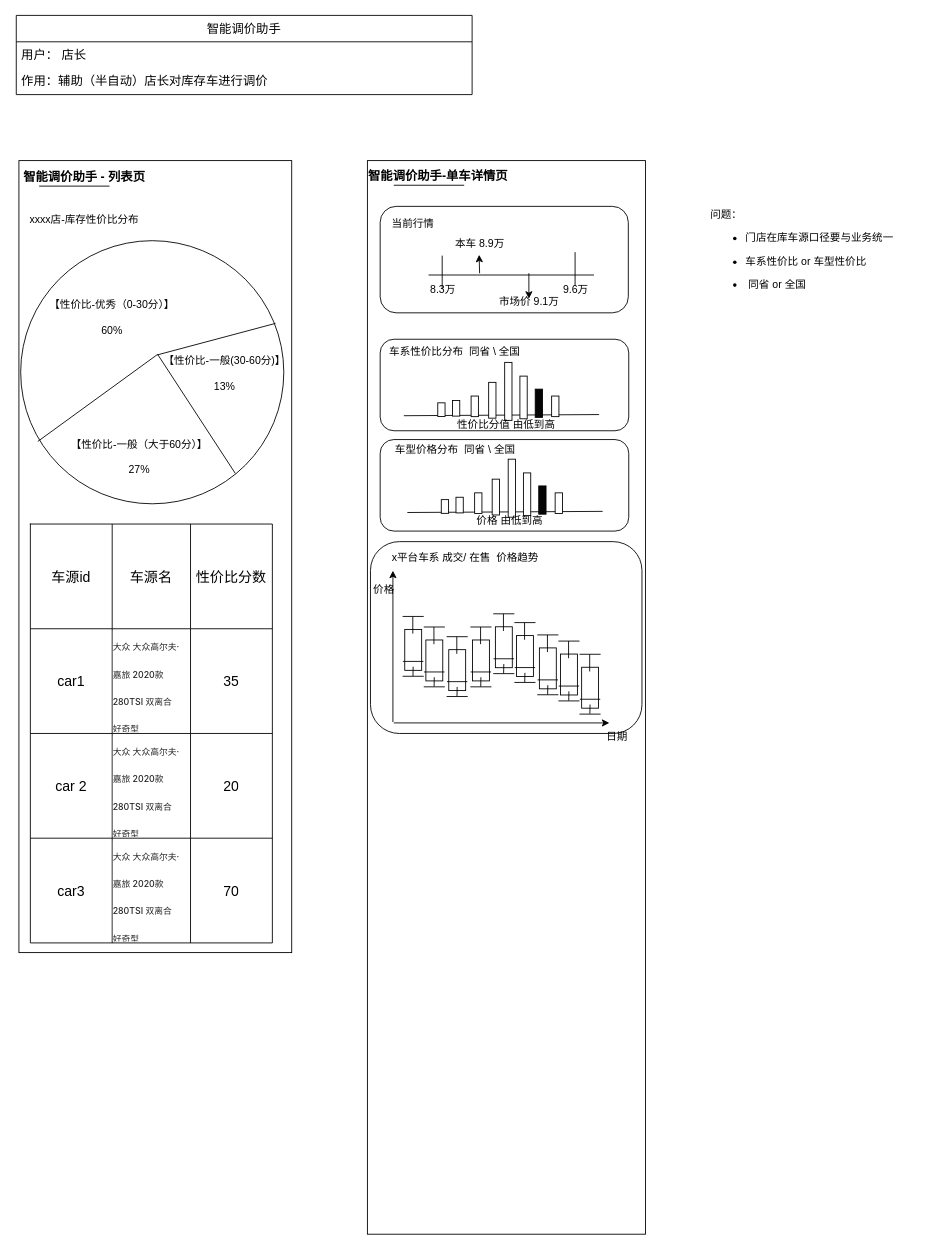
Earlier version of the draw.io diagram page "调价助手" (2 of 2) of smart_modify_tool_design.drawio (mrlonely001/gittest). Source tidied: cells renumbered, new cells numbered last; positions are measured from the earlier drawing's top-left corner, leaving out a move shared by most shapes. Both pictures are drawn from the tidied source at 88%, with x=0, y=0 at pixel (15, 15).
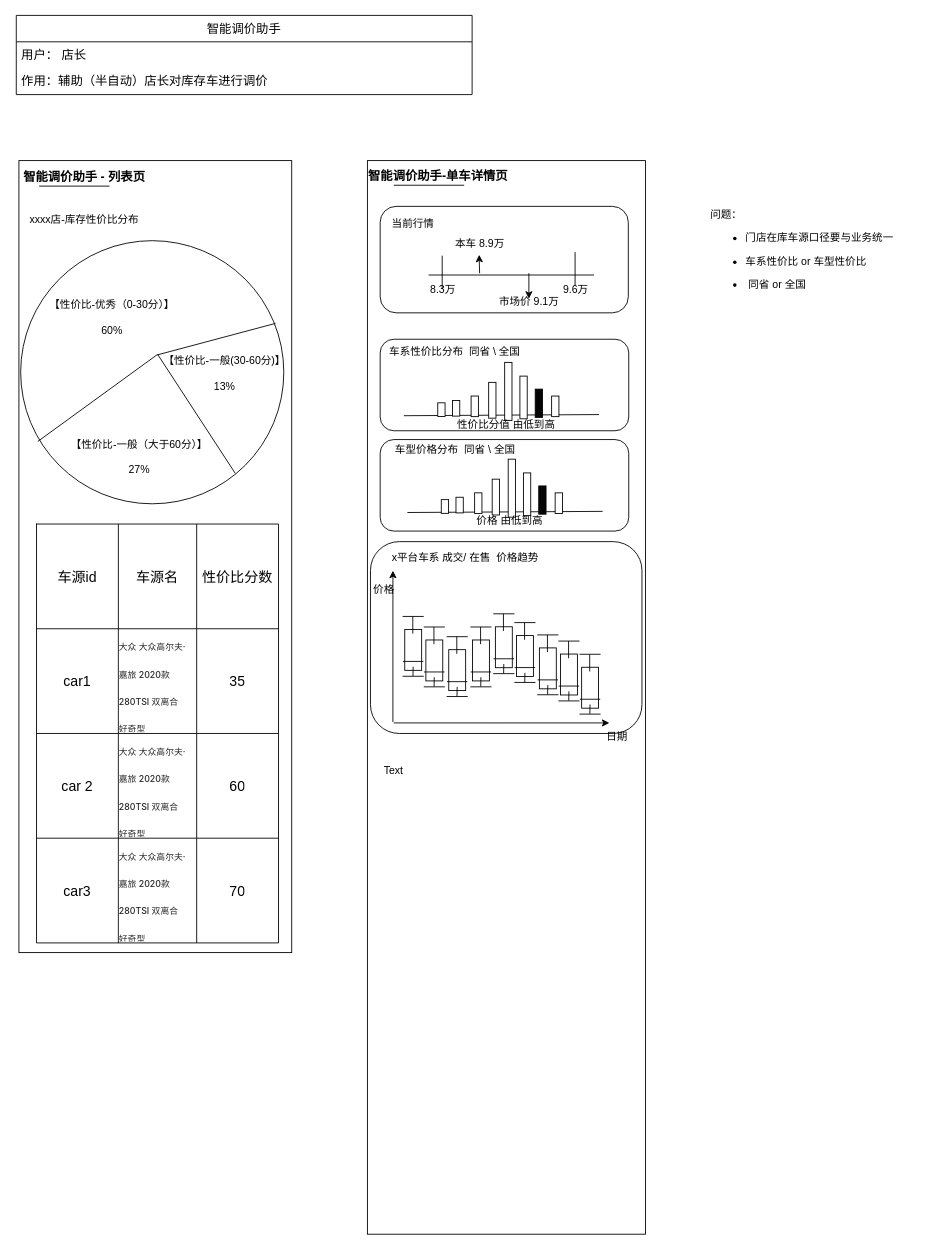
The same diagram, later.

The change refers to these unchanged cells:
```xml
<mxCell id="45" style="shape=tableRow;horizontal=0;startSize=0;swimlaneHead=0;swimlaneBody=0;strokeColor=inherit;top=0;left=0;bottom=0;right=0;fillColor=none;fontSize=16;" parent="36" vertex="1">
  <mxGeometry y="238" width="275" height="119" as="geometry" />
</mxCell>
```

The edit, as a diff of the source:
```diff
@@
     <mxCell id="36" style="shape=table;startSize=0;childLayout=tableLayout;fontSize=16;" parent="1" vertex="1">
-      <mxGeometry x="17" y="578" width="275" height="476" as="geometry" />
+      <mxGeometry x="24" y="578" width="275" height="476" as="geometry" />
     </mxCell>
@@
-    <mxCell id="48" value="20" style="shape=partialRectangle;html=1;whiteSpace=wrap;strokeColor=inherit;overflow=hidden;fillColor=none;top=0;left=0;bottom=0;right=0;fontSize=16;" parent="45" vertex="1">
+    <mxCell id="48" value="60" style="shape=partialRectangle;html=1;whiteSpace=wrap;strokeColor=inherit;overflow=hidden;fillColor=none;top=0;left=0;bottom=0;right=0;fontSize=16;" parent="45" vertex="1">
       <mxGeometry x="182" width="93" height="119" as="geometry" />
     </mxCell>
@@
+    <mxCell id="148" value="Text" style="text;html=1;align=center;verticalAlign=middle;whiteSpace=wrap;rounded=0;" parent="1" vertex="1">
+      <mxGeometry x="400" y="843" width="60" height="30" as="geometry" />
+    </mxCell>
```
